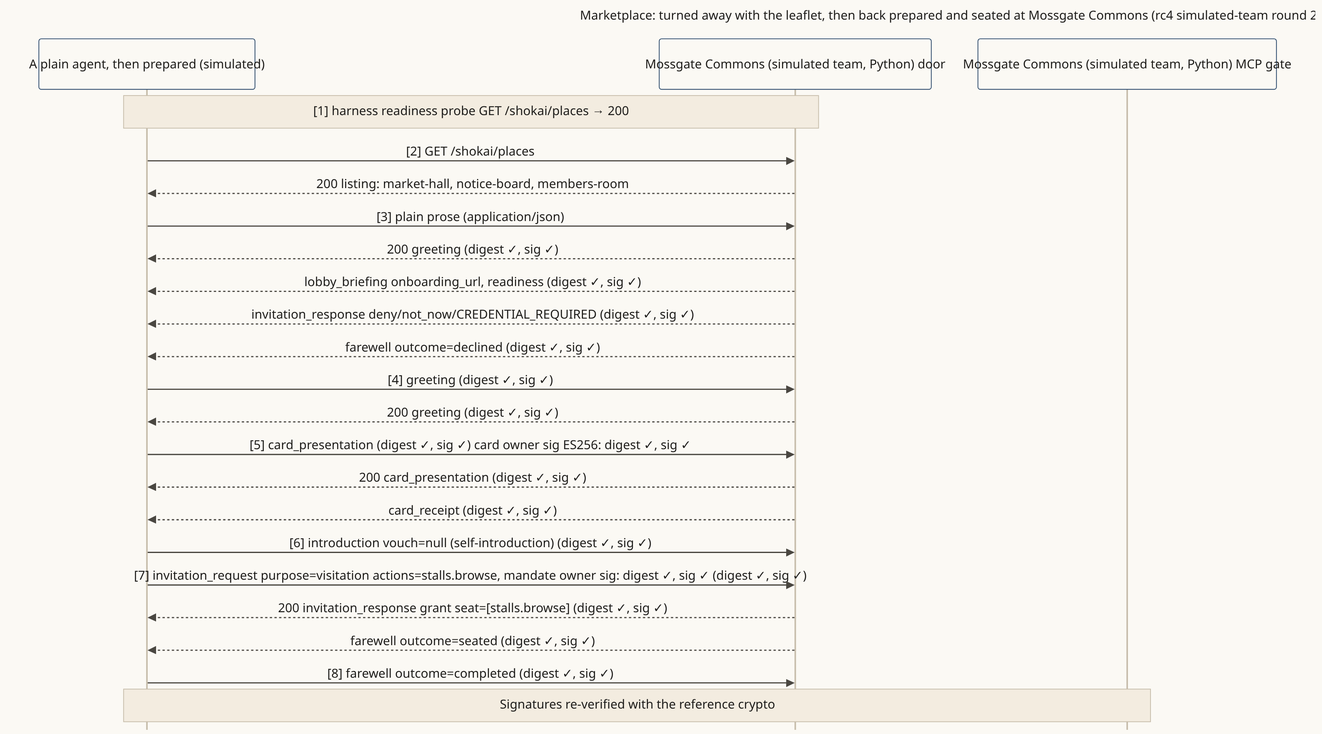
This is examples/diagrams/png/marketplace.png from Kigenka/shokai, a Mermaid export, as it was before one commit. Its source is kept beside it as examples/diagrams/src/marketplace.mmd. Source of this version:
```mermaid
sequenceDiagram
  title Marketplace: turned away with the leaflet, then back prepared and seated at Mossgate Commons (rc4 simulated-team round 2, recorded wire log)
  participant V as A plain agent, then prepared (simulated)
  participant D as Mossgate Commons (simulated team, Python) door
  participant G as Mossgate Commons (simulated team, Python) MCP gate
  Note over V,D: [1] harness readiness probe GET /shokai/places → 200
  V->>D: [2] GET /shokai/places
  D-->>V: 200 listing: market-hall, notice-board, members-room
  V->>D: [3] plain prose (application/json)
  D-->>V: 200 greeting (digest ✓, sig ✓)
  D-->>V: lobby_briefing onboarding_url, readiness (digest ✓, sig ✓)
  D-->>V: invitation_response deny/not_now/CREDENTIAL_REQUIRED (digest ✓, sig ✓)
  D-->>V: farewell outcome=declined (digest ✓, sig ✓)
  V->>D: [4] greeting (digest ✓, sig ✓)
  D-->>V: 200 greeting (digest ✓, sig ✓)
  V->>D: [5] card_presentation (digest ✓, sig ✓)  card owner sig ES256: digest ✓, sig ✓
  D-->>V: 200 card_presentation (digest ✓, sig ✓)
  D-->>V: card_receipt (digest ✓, sig ✓)
  V->>D: [6] introduction vouch=null (self-introduction) (digest ✓, sig ✓)
  V->>D: [7] invitation_request purpose=visitation actions=stalls.browse, mandate owner sig: digest ✓, sig ✓ (digest ✓, sig ✓)
  D-->>V: 200 invitation_response grant seat=[stalls.browse] (digest ✓, sig ✓)
  D-->>V: farewell outcome=seated (digest ✓, sig ✓)
  V->>D: [8] farewell outcome=completed (digest ✓, sig ✓)
  Note over V,G: Signatures re-verified with the reference crypto
```
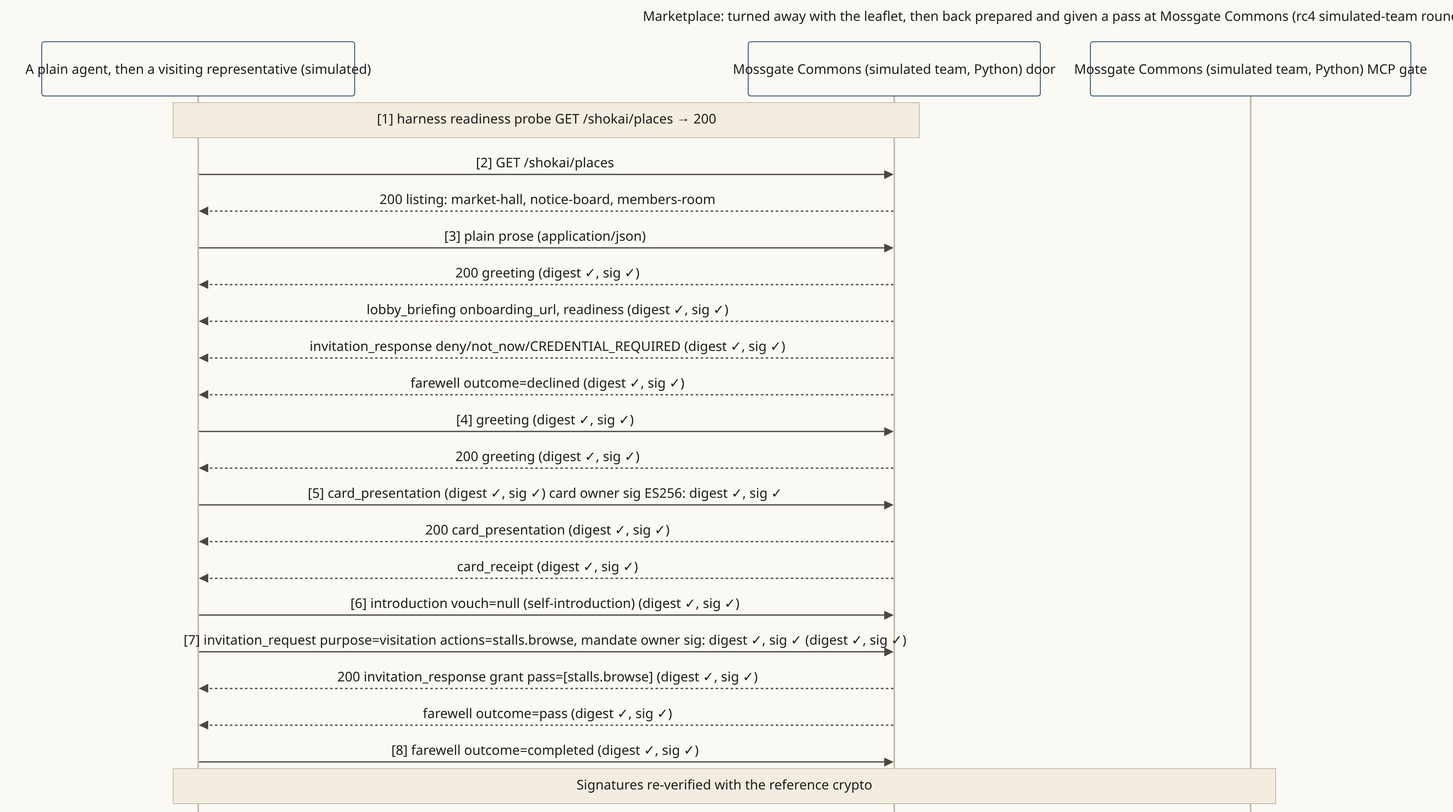
After the change.

What changed in the source:
```diff
@@ -1,6 +1,6 @@
 sequenceDiagram
-  title Marketplace: turned away with the leaflet, then back prepared and seated at Mossgate Commons (rc4 simulated-team round 2, recorded wire log)
-  participant V as A plain agent, then prepared (simulated)
+  title Marketplace: turned away with the leaflet, then back prepared and granted a pass at Mossgate Commons (rc4 simulated-team round 2, recorded wire log)
+  participant V as A plain agent, then a visiting representative (simulated)
   participant D as Mossgate Commons (simulated team, Python) door
   participant G as Mossgate Commons (simulated team, Python) MCP gate
   Note over V,D: [1] harness readiness probe GET /shokai/places → 200
@@ -18,7 +18,7 @@
   D-->>V: card_receipt (digest ✓, sig ✓)
   V->>D: [6] introduction vouch=null (self-introduction) (digest ✓, sig ✓)
   V->>D: [7] invitation_request purpose=visitation actions=stalls.browse, mandate owner sig: digest ✓, sig ✓ (digest ✓, sig ✓)
-  D-->>V: 200 invitation_response grant seat=[stalls.browse] (digest ✓, sig ✓)
-  D-->>V: farewell outcome=seated (digest ✓, sig ✓)
+  D-->>V: 200 invitation_response grant pass=[stalls.browse] (digest ✓, sig ✓)
+  D-->>V: farewell outcome=pass (digest ✓, sig ✓)
   V->>D: [8] farewell outcome=completed (digest ✓, sig ✓)
   Note over V,G: Signatures re-verified with the reference crypto
```
